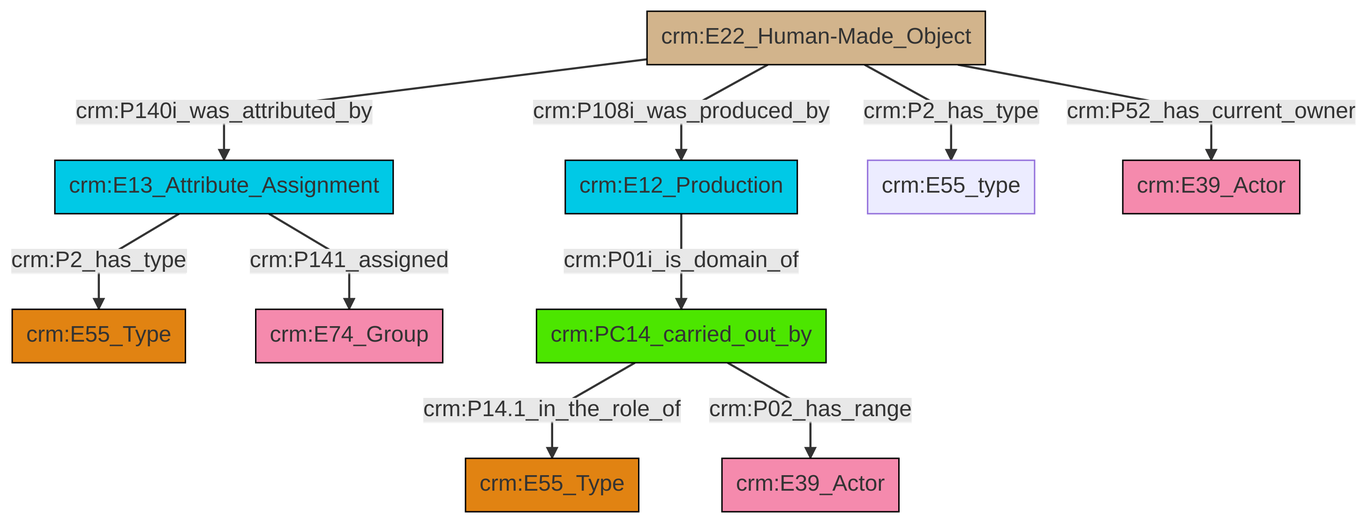
This is et/builtWorkCSV/ttl/mmd/png/Built_Work_actor_relations.png from swiss-art-research-net/reference-data-models, a Mermaid export, as it was before one commit. Its source is kept beside it as et/builtWorkCSV/ttl/mmd/Built_Work_actor_relations.ttl.mmd.
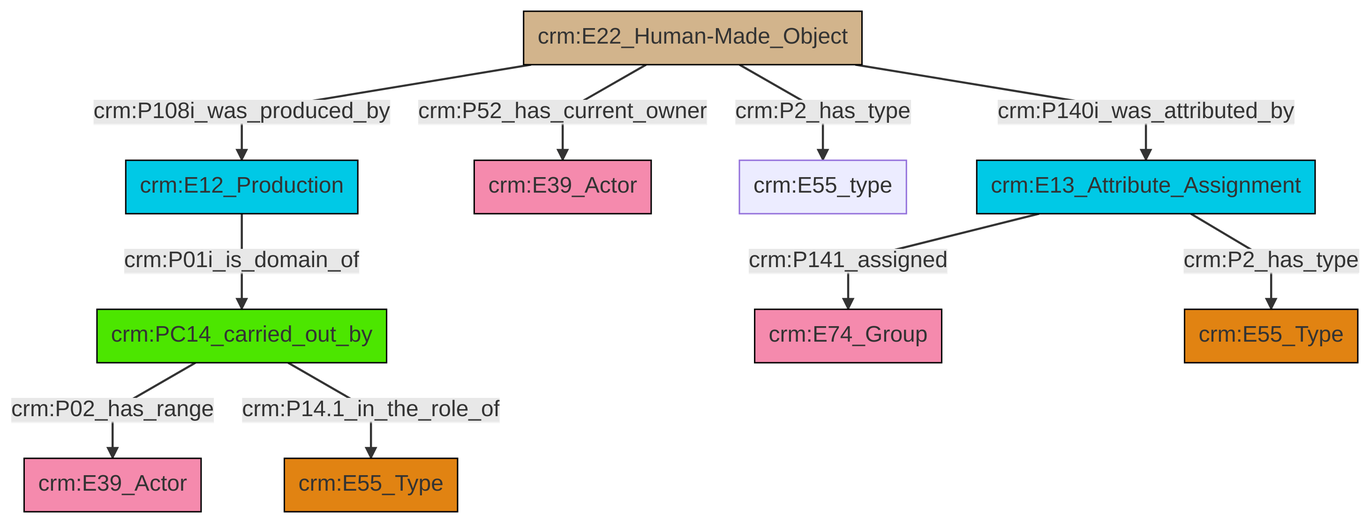
After the commit.

Change to the diagram source:
```diff
@@ -13,12 +13,12 @@
 classDef PC_Classes fill:#4ce600, stroke:#000000;
 classDef Multi fill:#cccccc,stroke:#000000;
 
-0["crm:E13_Attribute_Assignment"]:::Temporal_Entity -->|crm:P2_has_type| 2["crm:E55_Type"]:::Type
-3["crm:PC14_carried_out_by"]:::PC_Classes -->|crm:P14.1_in_the_role_of| 4["crm:E55_Type"]:::Type
-5["crm:E12_Production"]:::Temporal_Entity -->|crm:P01i_is_domain_of| 3["crm:PC14_carried_out_by"]:::PC_Classes
-0["crm:E13_Attribute_Assignment"]:::Temporal_Entity -->|crm:P141_assigned| 11["crm:E74_Group"]:::Actor
-6["crm:E22_Human-Made_Object"]:::Physical_Thing -->|crm:P140i_was_attributed_by| 0["crm:E13_Attribute_Assignment"]:::Temporal_Entity
-6["crm:E22_Human-Made_Object"]:::Physical_Thing -->|crm:P108i_was_produced_by| 5["crm:E12_Production"]:::Temporal_Entity
-3["crm:PC14_carried_out_by"]:::PC_Classes -->|crm:P02_has_range| 16["crm:E39_Actor"]:::Actor
-6["crm:E22_Human-Made_Object"]:::Physical_Thing -->|crm:P2_has_type| 8["crm:E55_type"]:::Default
-6["crm:E22_Human-Made_Object"]:::Physical_Thing -->|crm:P52_has_current_owner| 13["crm:E39_Actor"]:::Actor
+0["crm:PC14_carried_out_by"]:::PC_Classes -->|crm:P02_has_range| 1["crm:E39_Actor"]:::Actor
+2["crm:E22_Human-Made_Object"]:::Physical_Thing -->|crm:P108i_was_produced_by| 3["crm:E12_Production"]:::Temporal_Entity
+0["crm:PC14_carried_out_by"]:::PC_Classes -->|crm:P14.1_in_the_role_of| 4["crm:E55_Type"]:::Type
+2["crm:E22_Human-Made_Object"]:::Physical_Thing -->|crm:P52_has_current_owner| 6["crm:E39_Actor"]:::Actor
+2["crm:E22_Human-Made_Object"]:::Physical_Thing -->|crm:P2_has_type| 11["crm:E55_type"]:::Default
+2["crm:E22_Human-Made_Object"]:::Physical_Thing -->|crm:P140i_was_attributed_by| 12["crm:E13_Attribute_Assignment"]:::Temporal_Entity
+3["crm:E12_Production"]:::Temporal_Entity -->|crm:P01i_is_domain_of| 0["crm:PC14_carried_out_by"]:::PC_Classes
+12["crm:E13_Attribute_Assignment"]:::Temporal_Entity -->|crm:P141_assigned| 7["crm:E74_Group"]:::Actor
+12["crm:E13_Attribute_Assignment"]:::Temporal_Entity -->|crm:P2_has_type| 9["crm:E55_Type"]:::Type
```
